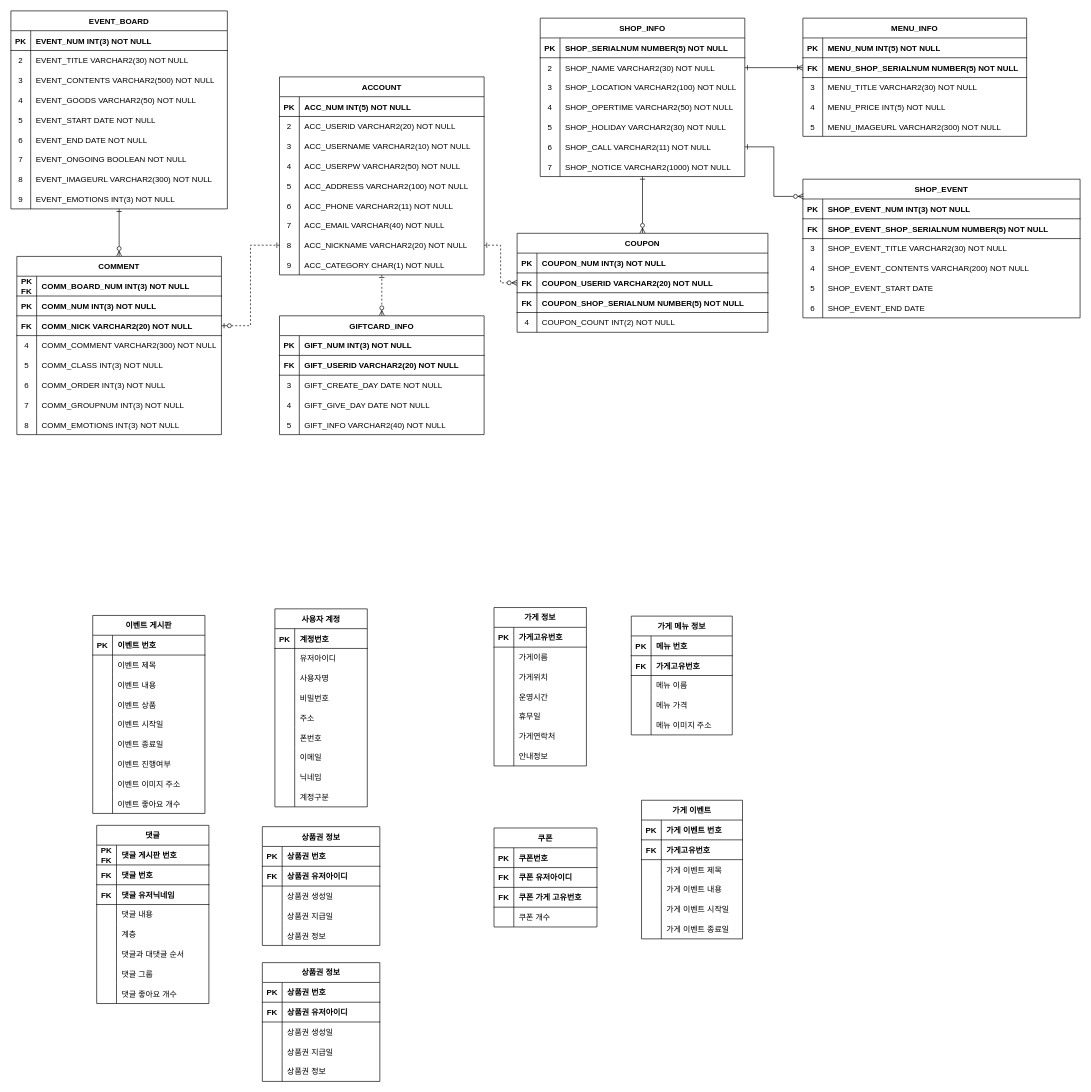
Above: page "ENGLISH" (1 of 2) of ERD_capstone.drawio in jgy2808/TERM_Project (draw.io), before the change. Source tidied: cells renumbered, new cells numbered last; positions are measured from the earlier drawing's top-left corner, leaving out a move shared by most shapes. Both pictures are drawn from the tidied source at 66%, with x=0, y=0 at pixel (11, 11).
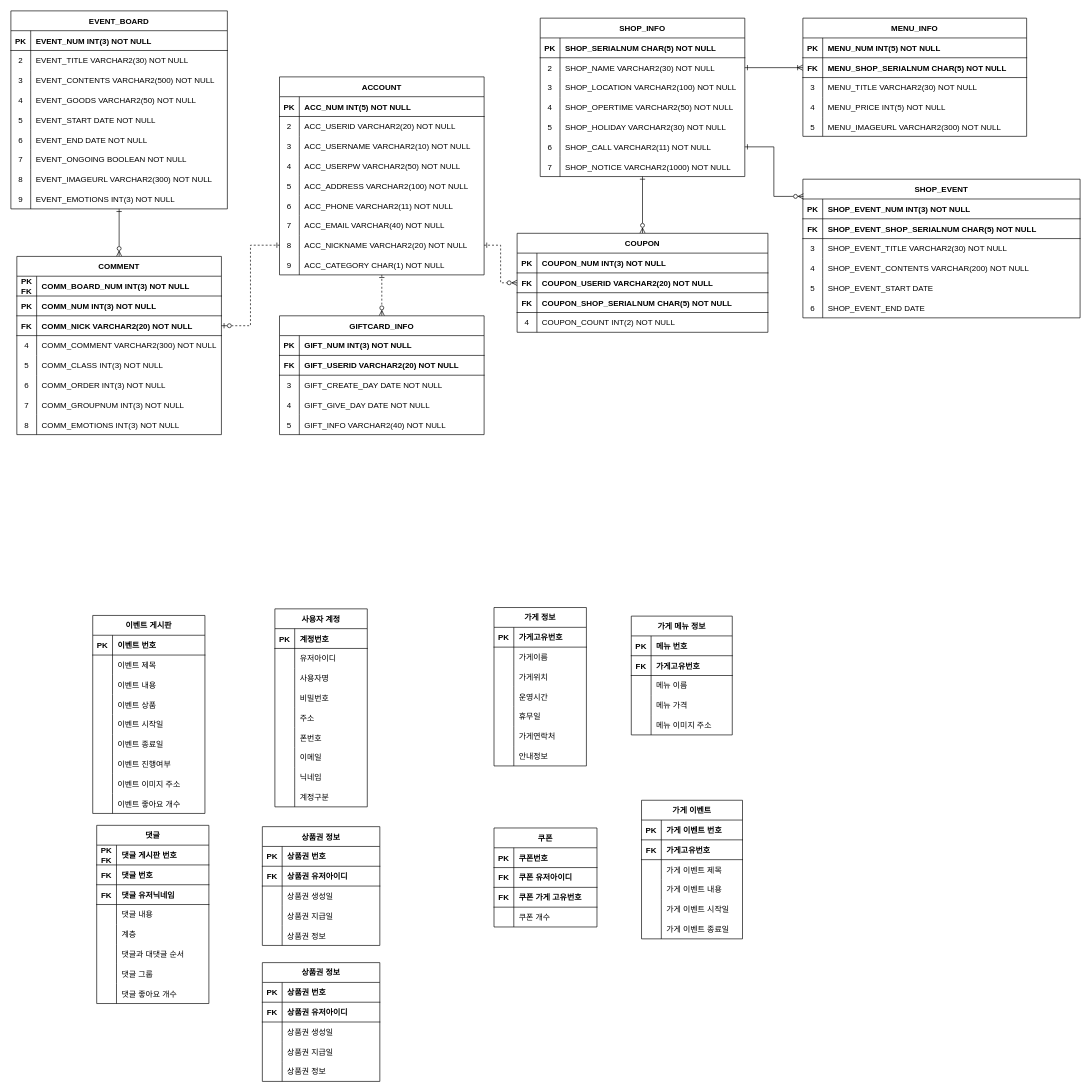
Above is the later version.

Unchanged cells that the change refers to:
```xml
<mxCell id="62" style="shape=partialRectangle;fillColor=none;top=0;left=0;right=0;bottom=1;" parent="61" vertex="1">
  <mxGeometry y="30" width="310" height="30" as="geometry" />
</mxCell>
<mxCell id="250" style="shape=partialRectangle;fillColor=none;top=0;left=0;right=0;bottom=1;" parent="243" vertex="1">
  <mxGeometry y="90" width="380" height="30" as="geometry" />
</mxCell>
<mxCell id="261" style="shape=partialRectangle;fillColor=none;points=[[0,0.5],[1,0.5]];portConstraint=eastwest;top=0;left=0;right=0;bottom=1;" parent="257" vertex="1">
  <mxGeometry y="60" width="339" height="30" as="geometry" />
</mxCell>
<mxCell id="306" style="shape=partialRectangle;fillColor=none;top=0;left=0;right=0;bottom=1;" parent="302" vertex="1">
  <mxGeometry y="60" width="420" height="30" as="geometry" />
</mxCell>
```

Change to the diagram source:
```diff
@@
-    <mxCell id="64" value="SHOP_SERIALNUM NUMBER(5) NOT NULL" style="shape=partialRectangle;overflow=hidden;fillColor=none;top=0;left=0;bottom=0;right=0;align=left;spacingLeft=6;fontStyle=1;" parent="62" vertex="1">
+    <mxCell id="64" value="SHOP_SERIALNUM CHAR(5) NOT NULL" style="shape=partialRectangle;overflow=hidden;fillColor=none;top=0;left=0;bottom=0;right=0;align=left;spacingLeft=6;fontStyle=1;" parent="62" vertex="1">
       <mxGeometry x="30" width="280" height="30" as="geometry" />
     </mxCell>
@@
-    <mxCell id="252" value="COUPON_SHOP_SERIALNUM NUMBER(5) NOT NULL" style="shape=partialRectangle;overflow=hidden;fillColor=none;top=0;left=0;bottom=0;right=0;align=left;spacingLeft=6;fontStyle=1;" parent="250" vertex="1">
+    <mxCell id="252" value="COUPON_SHOP_SERIALNUM CHAR(5) NOT NULL" style="shape=partialRectangle;overflow=hidden;fillColor=none;top=0;left=0;bottom=0;right=0;align=left;spacingLeft=6;fontStyle=1;" parent="250" vertex="1">
       <mxGeometry x="30" width="350" height="30" as="geometry" />
     </mxCell>
@@
-    <mxCell id="263" value="MENU_SHOP_SERIALNUM NUMBER(5) NOT NULL" style="shape=partialRectangle;overflow=hidden;fillColor=none;top=0;left=0;bottom=0;right=0;align=left;spacingLeft=6;fontStyle=1;" parent="261" vertex="1">
+    <mxCell id="263" value="MENU_SHOP_SERIALNUM CHAR(5) NOT NULL" style="shape=partialRectangle;overflow=hidden;fillColor=none;top=0;left=0;bottom=0;right=0;align=left;spacingLeft=6;fontStyle=1;" parent="261" vertex="1">
       <mxGeometry x="30" width="309" height="30" as="geometry" />
     </mxCell>
@@
-    <mxCell id="308" value="SHOP_EVENT_SHOP_SERIALNUM NUMBER(5) NOT NULL" style="shape=partialRectangle;overflow=hidden;fillColor=none;top=0;left=0;bottom=0;right=0;align=left;spacingLeft=6;fontStyle=1;" parent="306" vertex="1">
+    <mxCell id="308" value="SHOP_EVENT_SHOP_SERIALNUM CHAR(5) NOT NULL" style="shape=partialRectangle;overflow=hidden;fillColor=none;top=0;left=0;bottom=0;right=0;align=left;spacingLeft=6;fontStyle=1;" parent="306" vertex="1">
       <mxGeometry x="30" width="390" height="30" as="geometry" />
     </mxCell>
```
